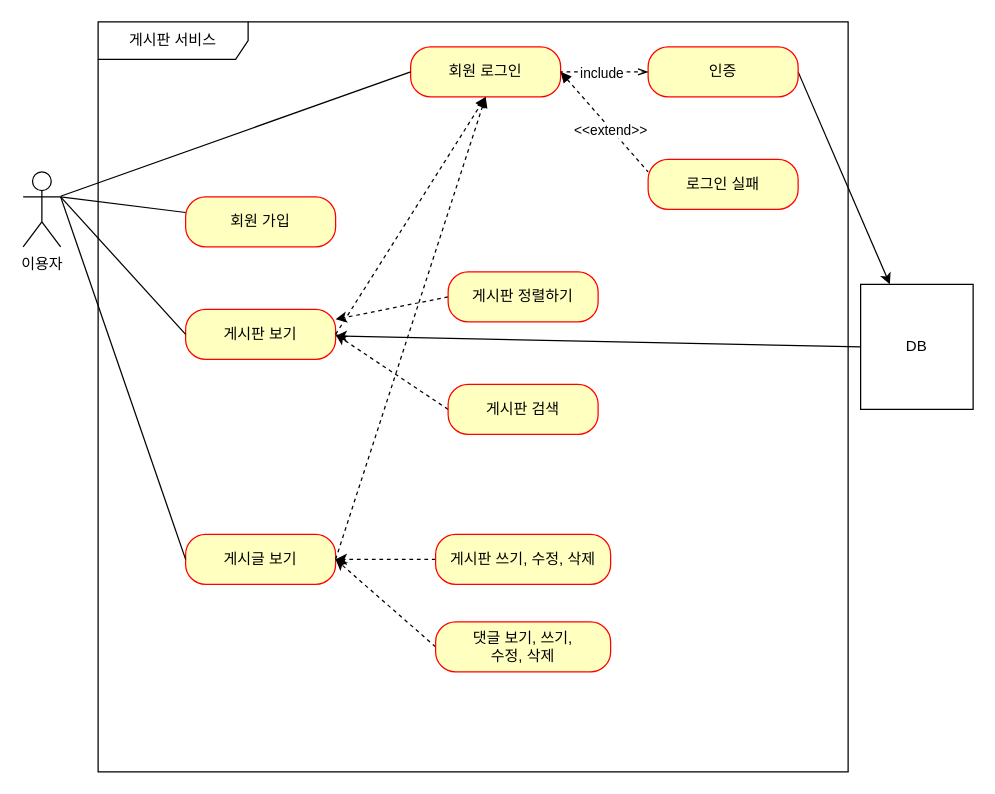
This is document/usecase.drawio from min-eee/FastCampus_board, a draw.io file, before an edit. Source tidied: cells renumbered, new cells numbered last; positions are measured from the earlier drawing's top-left corner, leaving out a move shared by most shapes. Both pictures are drawn from the tidied source at 125%, with x=0, y=0 at pixel (22, 21).
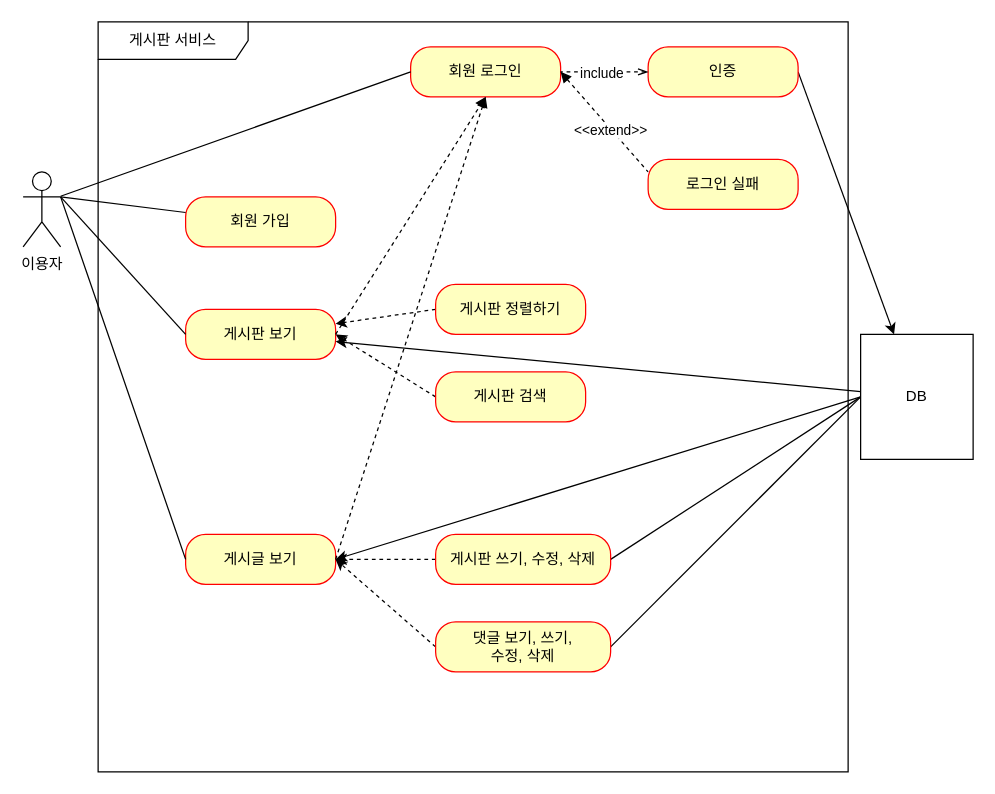
Above is the later version.

The change refers to these unchanged cells:
```xml
<mxCell id="5" value="게시판 보기" style="rounded=1;whiteSpace=wrap;html=1;arcSize=40;fontColor=#000000;fillColor=#ffffc0;strokeColor=#ff0000;" parent="1" vertex="1">
  <mxGeometry x="130" y="230" width="120" height="40" as="geometry" />
</mxCell>
<mxCell id="6" value="게시글 보기" style="rounded=1;whiteSpace=wrap;html=1;arcSize=40;fontColor=#000000;fillColor=#ffffc0;strokeColor=#ff0000;" parent="1" vertex="1">
  <mxGeometry x="130" y="410" width="120" height="40" as="geometry" />
</mxCell>
<mxCell id="18" value="게시판 쓰기, 수정, 삭제" style="rounded=1;whiteSpace=wrap;html=1;arcSize=40;fontColor=#000000;fillColor=#ffffc0;strokeColor=#ff0000;" parent="1" vertex="1">
  <mxGeometry x="330" y="410" width="140" height="40" as="geometry" />
</mxCell>
<mxCell id="20" value="댓글 보기, 쓰기, &lt;br&gt;수정, 삭제" style="rounded=1;whiteSpace=wrap;html=1;arcSize=40;fontColor=#000000;fillColor=#ffffc0;strokeColor=#ff0000;" parent="1" vertex="1">
  <mxGeometry x="330" y="480" width="140" height="40" as="geometry" />
</mxCell>
```

Diff of the diagram source:
```diff
@@
     <mxCell id="14" value="게시판 정렬하기" style="rounded=1;whiteSpace=wrap;html=1;arcSize=40;fontColor=#000000;fillColor=#ffffc0;strokeColor=#ff0000;" parent="1" vertex="1">
-      <mxGeometry x="340" y="200" width="120" height="40" as="geometry" />
+      <mxGeometry x="330" y="210" width="120" height="40" as="geometry" />
     </mxCell>
@@
     <mxCell id="16" value="게시판 검색" style="rounded=1;whiteSpace=wrap;html=1;arcSize=40;fontColor=#000000;fillColor=#ffffc0;strokeColor=#ff0000;" parent="1" vertex="1">
-      <mxGeometry x="340" y="290" width="120" height="40" as="geometry" />
+      <mxGeometry x="330" y="280" width="120" height="40" as="geometry" />
     </mxCell>
@@
+    <mxCell id="31" style="rounded=0;jettySize=auto;html=1;exitX=1;exitY=0.5;exitDx=0;exitDy=0;entryX=0;entryY=0.5;entryDx=0;entryDy=0;endArrow=none;endFill=0;" parent="1" edge="1" source="18" target="30">
+      <mxGeometry relative="1" as="geometry" />
+    </mxCell>
@@
+    <mxCell id="32" style="rounded=0;jettySize=auto;html=1;exitX=1;exitY=0.5;exitDx=0;exitDy=0;entryX=0;entryY=0.5;entryDx=0;entryDy=0;endArrow=none;endFill=0;" parent="1" edge="1" source="20" target="30">
+      <mxGeometry relative="1" as="geometry" />
+    </mxCell>
@@
-    <mxCell id="29" style="rounded=0;jettySize=auto;html=1;exitX=0;exitY=0.5;exitDx=0;exitDy=0;" parent="1" edge="1" source="30" target="5">
+    <mxCell id="29" style="rounded=0;jettySize=auto;html=1;" parent="1" edge="1" source="30" target="5">
       <mxGeometry relative="1" as="geometry" />
     </mxCell>
+    <mxCell id="33" style="rounded=0;jettySize=auto;html=1;exitX=0;exitY=0.5;exitDx=0;exitDy=0;entryX=1;entryY=0.5;entryDx=0;entryDy=0;" parent="1" edge="1" source="30" target="6">
+      <mxGeometry relative="1" as="geometry" />
+    </mxCell>
     <mxCell id="30" value="DB" style="html=1;whiteSpace=wrap;" parent="1" vertex="1">
-      <mxGeometry x="670" y="210" width="90" height="100" as="geometry" />
+      <mxGeometry x="670" y="250" width="90" height="100" as="geometry" />
     </mxCell>
```
